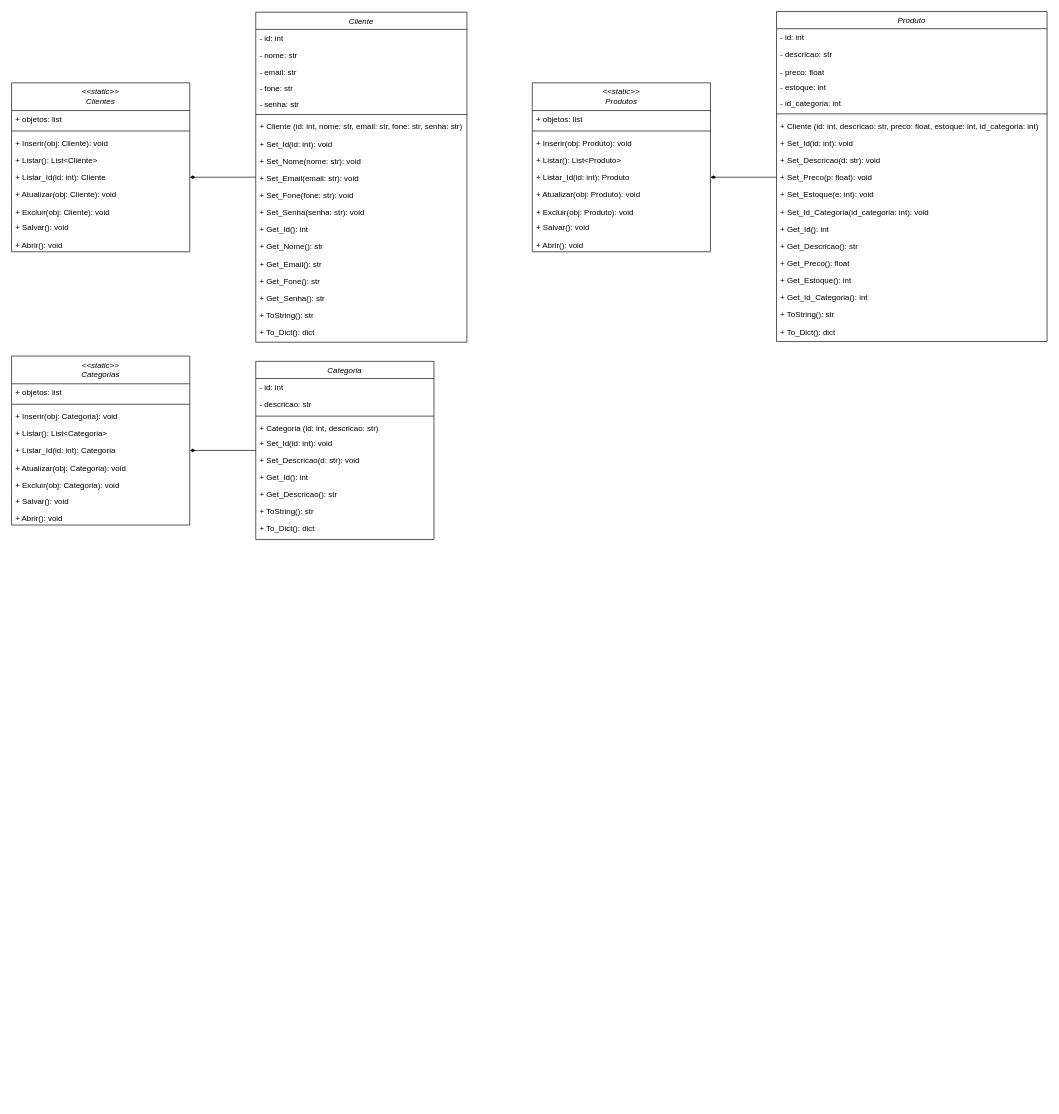
Before: Diagrama sem nome.drawio in rubythais/Aulas_POO, a draw.io diagram. Source tidied: cells renumbered, new cells numbered last; positions are measured from the earlier drawing's top-left corner, leaving out a move shared by most shapes. Both pictures are drawn from the tidied source at 66%, with x=0, y=0 at pixel (11, 11).
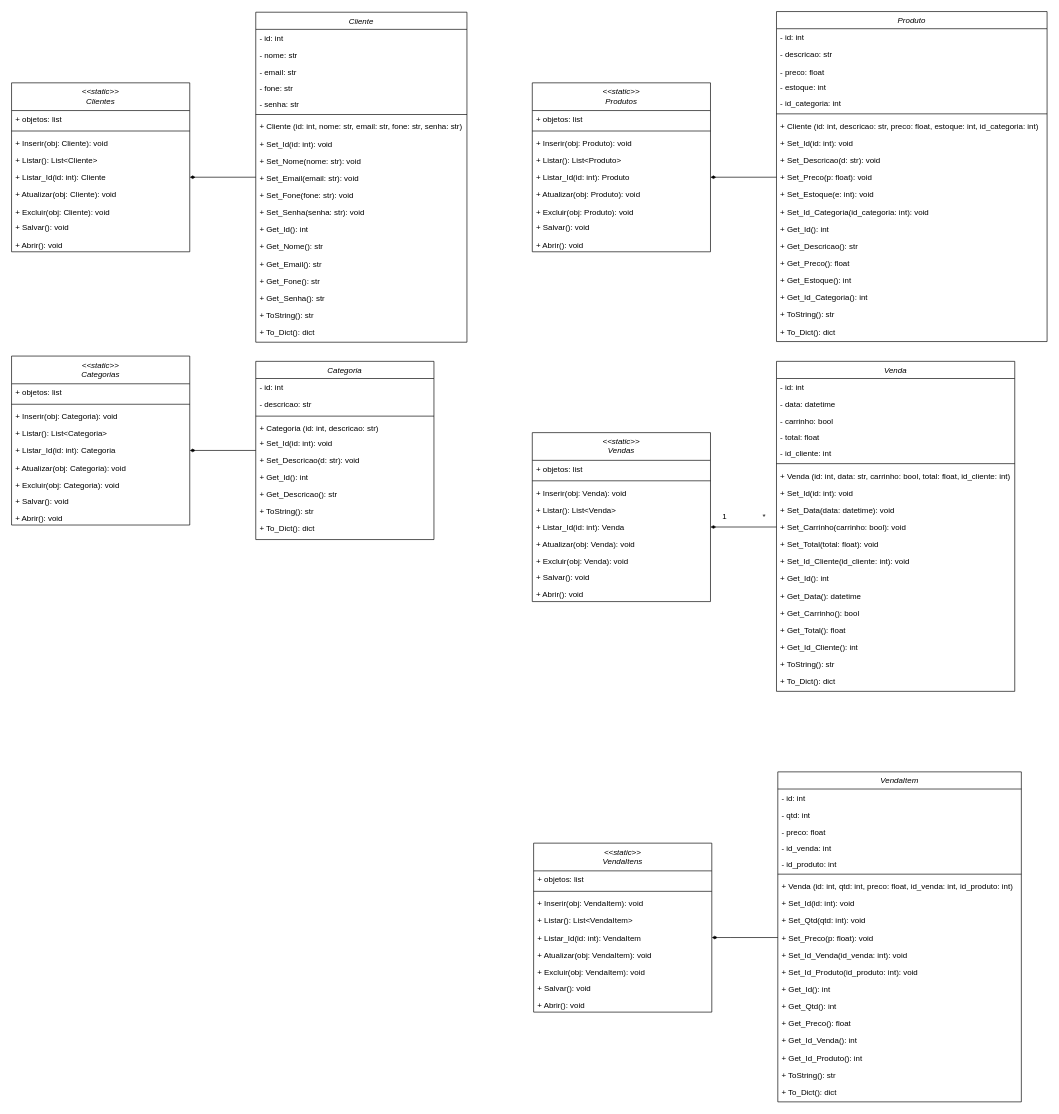
The same diagram, later.

Change to the diagram source:
```diff
@@
+    <mxCell id="86" value="Venda" style="swimlane;fontStyle=2;align=center;verticalAlign=top;horizontal=1;startSize=26;rounded=0;shadow=0;strokeWidth=1;" parent="1" vertex="1">
+      <mxGeometry x="1159" y="530" width="361" height="500" as="geometry" />
+    </mxCell>
+    <mxCell id="87" value="- id: int" style="text;align=left;verticalAlign=top;spacingLeft=4;spacingRight=4;overflow=hidden;" parent="86" vertex="1">
+      <mxGeometry y="26" width="361" height="26" as="geometry" />
+    </mxCell>
+    <mxCell id="88" value="- data: datetime" style="text;align=left;verticalAlign=top;spacingLeft=4;spacingRight=4;overflow=hidden;rounded=0;shadow=0;html=0;" parent="86" vertex="1">
+      <mxGeometry y="52" width="361" height="26" as="geometry" />
+    </mxCell>
+    <mxCell id="89" value="- carrinho: bool" style="text;align=left;verticalAlign=top;spacingLeft=4;spacingRight=4;overflow=hidden;rounded=0;shadow=0;html=0;" parent="86" vertex="1">
+      <mxGeometry y="78" width="361" height="24" as="geometry" />
+    </mxCell>
+    <mxCell id="90" value="- total: float" style="text;align=left;verticalAlign=top;spacingLeft=4;spacingRight=4;overflow=hidden;rounded=0;shadow=0;html=0;" parent="86" vertex="1">
+      <mxGeometry y="102" width="361" height="24" as="geometry" />
+    </mxCell>
+    <mxCell id="91" value="- id_cliente: int" style="text;align=left;verticalAlign=top;spacingLeft=4;spacingRight=4;overflow=hidden;rounded=0;shadow=0;html=0;" parent="86" vertex="1">
+      <mxGeometry y="126" width="361" height="24" as="geometry" />
+    </mxCell>
+    <mxCell id="92" style="line;html=1;strokeWidth=1;align=left;verticalAlign=middle;spacingTop=-1;spacingLeft=3;spacingRight=3;labelPosition=right;" parent="86" vertex="1">
+      <mxGeometry y="150" width="361" height="10" as="geometry" />
+    </mxCell>
+    <mxCell id="93" value="+ Venda (id: int, data: str, carrinho: bool, total: float, id_cliente: int)" style="text;align=left;verticalAlign=top;spacingLeft=4;spacingRight=4;overflow=hidden;" parent="86" vertex="1">
+      <mxGeometry y="160" width="361" height="26" as="geometry" />
+    </mxCell>
+    <mxCell id="94" value="+ Set_Id(id: int): void" style="text;align=left;verticalAlign=top;spacingLeft=4;spacingRight=4;overflow=hidden;" parent="86" vertex="1">
+      <mxGeometry y="186" width="361" height="26" as="geometry" />
+    </mxCell>
+    <mxCell id="95" value="+ Set_Data(data: datetime): void" style="text;align=left;verticalAlign=top;spacingLeft=4;spacingRight=4;overflow=hidden;" parent="86" vertex="1">
+      <mxGeometry y="212" width="361" height="26" as="geometry" />
+    </mxCell>
+    <mxCell id="96" value="+ Set_Carrinho(carrinho: bool): void" style="text;align=left;verticalAlign=top;spacingLeft=4;spacingRight=4;overflow=hidden;points=[[0,0.5],[1,0.5]];portConstraint=eastwest;" parent="86" vertex="1">
+      <mxGeometry y="238" width="361" height="26" as="geometry" />
+    </mxCell>
+    <mxCell id="97" value="+ Set_Total(total: float): void" style="text;align=left;verticalAlign=top;spacingLeft=4;spacingRight=4;overflow=hidden;" parent="86" vertex="1">
+      <mxGeometry y="264" width="361" height="26" as="geometry" />
+    </mxCell>
+    <mxCell id="98" value="+ Set_Id_Cliente(id_cliente: int): void" style="text;align=left;verticalAlign=top;spacingLeft=4;spacingRight=4;overflow=hidden;" parent="86" vertex="1">
+      <mxGeometry y="290" width="361" height="26" as="geometry" />
+    </mxCell>
+    <mxCell id="99" value="+ Get_Id(): int" style="text;align=left;verticalAlign=top;spacingLeft=4;spacingRight=4;overflow=hidden;" parent="86" vertex="1">
+      <mxGeometry y="316" width="361" height="26" as="geometry" />
+    </mxCell>
+    <mxCell id="100" value="+ Get_Data(): datetime" style="text;align=left;verticalAlign=top;spacingLeft=4;spacingRight=4;overflow=hidden;" parent="86" vertex="1">
+      <mxGeometry y="342" width="361" height="26" as="geometry" />
+    </mxCell>
+    <mxCell id="101" value="+ Get_Carrinho(): bool" style="text;align=left;verticalAlign=top;spacingLeft=4;spacingRight=4;overflow=hidden;" parent="86" vertex="1">
+      <mxGeometry y="368" width="361" height="26" as="geometry" />
+    </mxCell>
+    <mxCell id="102" value="+ Get_Total(): float" style="text;align=left;verticalAlign=top;spacingLeft=4;spacingRight=4;overflow=hidden;" parent="86" vertex="1">
+      <mxGeometry y="394" width="361" height="26" as="geometry" />
+    </mxCell>
+    <mxCell id="103" value="+ Get_Id_Cliente(): int" style="text;align=left;verticalAlign=top;spacingLeft=4;spacingRight=4;overflow=hidden;" parent="86" vertex="1">
+      <mxGeometry y="420" width="361" height="26" as="geometry" />
+    </mxCell>
+    <mxCell id="104" value="+ ToString(): str" style="text;align=left;verticalAlign=top;spacingLeft=4;spacingRight=4;overflow=hidden;" parent="86" vertex="1">
+      <mxGeometry y="446" width="361" height="26" as="geometry" />
+    </mxCell>
+    <mxCell id="105" value="+ To_Dict(): dict" style="text;align=left;verticalAlign=top;spacingLeft=4;spacingRight=4;overflow=hidden;" parent="86" vertex="1">
+      <mxGeometry y="472" width="361" height="26" as="geometry" />
+    </mxCell>
+    <mxCell id="106" value="&lt;&lt;static&gt;&gt;&#10;Vendas" style="swimlane;fontStyle=2;align=center;verticalAlign=top;horizontal=1;startSize=42;rounded=0;shadow=0;strokeWidth=1;" parent="1" vertex="1">
+      <mxGeometry x="789" y="638" width="270" height="256" as="geometry" />
+    </mxCell>
+    <mxCell id="107" value="+ objetos: list" style="text;align=left;verticalAlign=top;spacingLeft=4;spacingRight=4;overflow=hidden;" parent="106" vertex="1">
+      <mxGeometry y="42" width="270" height="26" as="geometry" />
+    </mxCell>
+    <mxCell id="108" style="line;html=1;strokeWidth=1;align=left;verticalAlign=middle;spacingTop=-1;spacingLeft=3;spacingRight=3;labelPosition=right;" parent="106" vertex="1">
+      <mxGeometry y="68" width="270" height="10" as="geometry" />
+    </mxCell>
+    <mxCell id="109" value="+ Inserir(obj: Venda): void" style="text;align=left;verticalAlign=top;spacingLeft=4;spacingRight=4;overflow=hidden;" parent="106" vertex="1">
+      <mxGeometry y="78" width="270" height="26" as="geometry" />
+    </mxCell>
+    <mxCell id="110" value="+ Listar(): List&lt;Venda&gt;" style="text;align=left;verticalAlign=top;spacingLeft=4;spacingRight=4;overflow=hidden;" parent="106" vertex="1">
+      <mxGeometry y="104" width="270" height="26" as="geometry" />
+    </mxCell>
+    <mxCell id="111" value="+ Listar_Id(id: int): Venda" style="text;align=left;verticalAlign=top;spacingLeft=4;spacingRight=4;overflow=hidden;points=[[0,0.5],[1,0.5]];portConstraint=eastwest;" parent="106" vertex="1">
+      <mxGeometry y="130" width="270" height="26" as="geometry" />
+    </mxCell>
+    <mxCell id="112" value="+ Atualizar(obj: Venda): void" style="text;align=left;verticalAlign=top;spacingLeft=4;spacingRight=4;overflow=hidden;" parent="106" vertex="1">
+      <mxGeometry y="156" width="270" height="26" as="geometry" />
+    </mxCell>
+    <mxCell id="113" value="+ Excluir(obj: Venda): void" style="text;align=left;verticalAlign=top;spacingLeft=4;spacingRight=4;overflow=hidden;" parent="106" vertex="1">
+      <mxGeometry y="182" width="270" height="24" as="geometry" />
+    </mxCell>
+    <mxCell id="114" value="+ Salvar(): void" style="text;align=left;verticalAlign=top;spacingLeft=4;spacingRight=4;overflow=hidden;" parent="106" vertex="1">
+      <mxGeometry y="206" width="270" height="26" as="geometry" />
+    </mxCell>
+    <mxCell id="115" value="+ Abrir(): void" style="text;align=left;verticalAlign=top;spacingLeft=4;spacingRight=4;overflow=hidden;" parent="106" vertex="1">
+      <mxGeometry y="232" width="270" height="24" as="geometry" />
+    </mxCell>
+    <mxCell id="116" style="edgeStyle=orthogonalEdgeStyle;rounded=0;jettySize=auto;html=1;exitX=0;exitY=0.5;exitDx=0;exitDy=0;entryX=1;entryY=0.5;entryDx=0;entryDy=0;endArrow=diamondThin;endFill=1;" parent="1" edge="1" source="96" target="111">
+      <mxGeometry relative="1" as="geometry" />
+    </mxCell>
+    <mxCell id="117" value="1" style="text;html=1;align=center;verticalAlign=middle;whiteSpace=wrap;rounded=0;" parent="1" vertex="1">
+      <mxGeometry x="1070" y="759" width="21" height="14" as="geometry" />
+    </mxCell>
+    <mxCell id="118" value="*" style="text;html=1;align=center;verticalAlign=middle;whiteSpace=wrap;rounded=0;" parent="1" vertex="1">
+      <mxGeometry x="1130" y="759" width="21" height="14" as="geometry" />
+    </mxCell>
+    <mxCell id="119" value="VendaItem" style="swimlane;fontStyle=2;align=center;verticalAlign=top;horizontal=1;startSize=26;rounded=0;shadow=0;strokeWidth=1;" parent="1" vertex="1">
+      <mxGeometry x="1161" y="1152" width="369" height="500" as="geometry" />
+    </mxCell>
+    <mxCell id="120" value="- id: int" style="text;align=left;verticalAlign=top;spacingLeft=4;spacingRight=4;overflow=hidden;" parent="119" vertex="1">
+      <mxGeometry y="26" width="369" height="26" as="geometry" />
+    </mxCell>
+    <mxCell id="121" value="- qtd: int" style="text;align=left;verticalAlign=top;spacingLeft=4;spacingRight=4;overflow=hidden;rounded=0;shadow=0;html=0;" parent="119" vertex="1">
+      <mxGeometry y="52" width="369" height="26" as="geometry" />
+    </mxCell>
+    <mxCell id="122" value="- preco: float" style="text;align=left;verticalAlign=top;spacingLeft=4;spacingRight=4;overflow=hidden;rounded=0;shadow=0;html=0;" parent="119" vertex="1">
+      <mxGeometry y="78" width="369" height="24" as="geometry" />
+    </mxCell>
+    <mxCell id="123" value="- id_venda: int" style="text;align=left;verticalAlign=top;spacingLeft=4;spacingRight=4;overflow=hidden;rounded=0;shadow=0;html=0;" parent="119" vertex="1">
+      <mxGeometry y="102" width="369" height="24" as="geometry" />
+    </mxCell>
+    <mxCell id="124" value="- id_produto: int" style="text;align=left;verticalAlign=top;spacingLeft=4;spacingRight=4;overflow=hidden;rounded=0;shadow=0;html=0;" parent="119" vertex="1">
+      <mxGeometry y="126" width="369" height="24" as="geometry" />
+    </mxCell>
+    <mxCell id="125" style="line;html=1;strokeWidth=1;align=left;verticalAlign=middle;spacingTop=-1;spacingLeft=3;spacingRight=3;labelPosition=right;" parent="119" vertex="1">
+      <mxGeometry y="150" width="369" height="10" as="geometry" />
+    </mxCell>
+    <mxCell id="126" value="+ Venda (id: int, qtd: int, preco: float, id_venda: int, id_produto: int)" style="text;align=left;verticalAlign=top;spacingLeft=4;spacingRight=4;overflow=hidden;" parent="119" vertex="1">
+      <mxGeometry y="160" width="369" height="26" as="geometry" />
+    </mxCell>
+    <mxCell id="127" value="+ Set_Id(id: int): void" style="text;align=left;verticalAlign=top;spacingLeft=4;spacingRight=4;overflow=hidden;" parent="119" vertex="1">
+      <mxGeometry y="186" width="369" height="26" as="geometry" />
+    </mxCell>
+    <mxCell id="128" value="+ Set_Qtd(qtd: int): void" style="text;align=left;verticalAlign=top;spacingLeft=4;spacingRight=4;overflow=hidden;" parent="119" vertex="1">
+      <mxGeometry y="212" width="369" height="26" as="geometry" />
+    </mxCell>
+    <mxCell id="129" value="+ Set_Preco(p: float): void" style="text;align=left;verticalAlign=top;spacingLeft=4;spacingRight=4;overflow=hidden;points=[[0,0.5],[1,0.5]];portConstraint=eastwest;" parent="119" vertex="1">
+      <mxGeometry y="238" width="369" height="26" as="geometry" />
+    </mxCell>
+    <mxCell id="130" value="+ Set_Id_Venda(id_venda: int): void" style="text;align=left;verticalAlign=top;spacingLeft=4;spacingRight=4;overflow=hidden;" parent="119" vertex="1">
+      <mxGeometry y="264" width="369" height="26" as="geometry" />
+    </mxCell>
+    <mxCell id="131" value="+ Set_Id_Produto(id_produto: int): void" style="text;align=left;verticalAlign=top;spacingLeft=4;spacingRight=4;overflow=hidden;" parent="119" vertex="1">
+      <mxGeometry y="290" width="369" height="26" as="geometry" />
+    </mxCell>
+    <mxCell id="132" value="+ Get_Id(): int" style="text;align=left;verticalAlign=top;spacingLeft=4;spacingRight=4;overflow=hidden;" parent="119" vertex="1">
+      <mxGeometry y="316" width="369" height="26" as="geometry" />
+    </mxCell>
+    <mxCell id="133" value="+ Get_Qtd(): int" style="text;align=left;verticalAlign=top;spacingLeft=4;spacingRight=4;overflow=hidden;" parent="119" vertex="1">
+      <mxGeometry y="342" width="369" height="26" as="geometry" />
+    </mxCell>
+    <mxCell id="134" value="+ Get_Preco(): float" style="text;align=left;verticalAlign=top;spacingLeft=4;spacingRight=4;overflow=hidden;" parent="119" vertex="1">
+      <mxGeometry y="368" width="369" height="26" as="geometry" />
+    </mxCell>
+    <mxCell id="135" value="+ Get_Id_Venda(): int" style="text;align=left;verticalAlign=top;spacingLeft=4;spacingRight=4;overflow=hidden;" parent="119" vertex="1">
+      <mxGeometry y="394" width="369" height="26" as="geometry" />
+    </mxCell>
+    <mxCell id="136" value="+ Get_Id_Produto(): int" style="text;align=left;verticalAlign=top;spacingLeft=4;spacingRight=4;overflow=hidden;" parent="119" vertex="1">
+      <mxGeometry y="420" width="369" height="26" as="geometry" />
+    </mxCell>
+    <mxCell id="137" value="+ ToString(): str" style="text;align=left;verticalAlign=top;spacingLeft=4;spacingRight=4;overflow=hidden;" parent="119" vertex="1">
+      <mxGeometry y="446" width="369" height="26" as="geometry" />
+    </mxCell>
+    <mxCell id="138" value="+ To_Dict(): dict" style="text;align=left;verticalAlign=top;spacingLeft=4;spacingRight=4;overflow=hidden;" parent="119" vertex="1">
+      <mxGeometry y="472" width="369" height="26" as="geometry" />
+    </mxCell>
+    <mxCell id="139" value="&lt;&lt;static&gt;&gt;&#10;VendaItens" style="swimlane;fontStyle=2;align=center;verticalAlign=top;horizontal=1;startSize=42;rounded=0;shadow=0;strokeWidth=1;" parent="1" vertex="1">
+      <mxGeometry x="791" y="1260" width="270" height="256" as="geometry" />
+    </mxCell>
+    <mxCell id="140" value="+ objetos: list" style="text;align=left;verticalAlign=top;spacingLeft=4;spacingRight=4;overflow=hidden;" parent="139" vertex="1">
+      <mxGeometry y="42" width="270" height="26" as="geometry" />
+    </mxCell>
+    <mxCell id="141" style="line;html=1;strokeWidth=1;align=left;verticalAlign=middle;spacingTop=-1;spacingLeft=3;spacingRight=3;labelPosition=right;" parent="139" vertex="1">
+      <mxGeometry y="68" width="270" height="10" as="geometry" />
+    </mxCell>
+    <mxCell id="142" value="+ Inserir(obj: VendaItem): void" style="text;align=left;verticalAlign=top;spacingLeft=4;spacingRight=4;overflow=hidden;" parent="139" vertex="1">
+      <mxGeometry y="78" width="270" height="26" as="geometry" />
+    </mxCell>
+    <mxCell id="143" value="+ Listar(): List&lt;VendaItem&gt;" style="text;align=left;verticalAlign=top;spacingLeft=4;spacingRight=4;overflow=hidden;" parent="139" vertex="1">
+      <mxGeometry y="104" width="270" height="26" as="geometry" />
+    </mxCell>
+    <mxCell id="144" value="+ Listar_Id(id: int): VendaItem" style="text;align=left;verticalAlign=top;spacingLeft=4;spacingRight=4;overflow=hidden;points=[[0,0.5],[1,0.5]];portConstraint=eastwest;" parent="139" vertex="1">
+      <mxGeometry y="130" width="270" height="26" as="geometry" />
+    </mxCell>
+    <mxCell id="145" value="+ Atualizar(obj: VendaItem): void" style="text;align=left;verticalAlign=top;spacingLeft=4;spacingRight=4;overflow=hidden;" parent="139" vertex="1">
+      <mxGeometry y="156" width="270" height="26" as="geometry" />
+    </mxCell>
+    <mxCell id="146" value="+ Excluir(obj: VendaItem): void" style="text;align=left;verticalAlign=top;spacingLeft=4;spacingRight=4;overflow=hidden;" parent="139" vertex="1">
+      <mxGeometry y="182" width="270" height="24" as="geometry" />
+    </mxCell>
+    <mxCell id="147" value="+ Salvar(): void" style="text;align=left;verticalAlign=top;spacingLeft=4;spacingRight=4;overflow=hidden;" parent="139" vertex="1">
+      <mxGeometry y="206" width="270" height="26" as="geometry" />
+    </mxCell>
+    <mxCell id="148" value="+ Abrir(): void" style="text;align=left;verticalAlign=top;spacingLeft=4;spacingRight=4;overflow=hidden;" parent="139" vertex="1">
+      <mxGeometry y="232" width="270" height="24" as="geometry" />
+    </mxCell>
+    <mxCell id="149" style="edgeStyle=orthogonalEdgeStyle;rounded=0;jettySize=auto;html=1;exitX=0;exitY=0.5;exitDx=0;exitDy=0;entryX=1;entryY=0.5;entryDx=0;entryDy=0;endArrow=diamondThin;endFill=1;" parent="1" edge="1" source="129" target="144">
+      <mxGeometry relative="1" as="geometry">
+        <Array as="points">
+          <mxPoint x="1090" y="1403" />
+          <mxPoint x="1090" y="1403" />
+        </Array>
+      </mxGeometry>
+    </mxCell>
```
